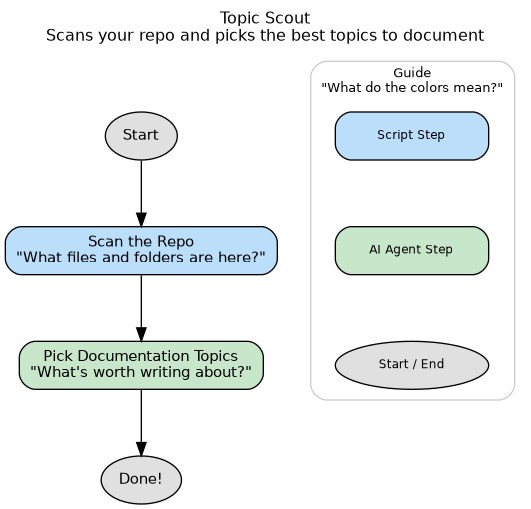
Earlier version of the Graphviz export recipes/dotfiles-prescan.png (bkrabach/amplifier-bundle-dot-docs). Its source is kept beside it as recipes/dotfiles-prescan.dot. The source it was exported from:
```dot
digraph dotfiles_prescan {
    rankdir=TB
    fontname="Helvetica"
    fontsize=12
    label="Topic Scout\nScans your repo and picks the best topics to document"
    labelloc=t
    labeljust=c
    compound=true
    nodesep=0.6
    ranksep=0.7
    bgcolor="white"
    source_hash="c97efe0026d5422b22fd6365b2551c3ae745e240affde15b5ba60096503c9221"

    node [fontname="Helvetica", fontsize=11, style="filled,rounded"]
    edge [fontname="Helvetica", fontsize=9]

    start [label="Start", shape=oval, fillcolor="#e0e0e0"]
    done  [label="Done!", shape=oval, fillcolor="#e0e0e0"]

    step_gather_metadata [label="Scan the Repo\n\"What files and folders are here?\"", shape=box, fillcolor="#bbdefb", style="filled,rounded", tooltip="python3 << 'EOF' import json import os import sys from pathlib import Path from collections import C"]
    step_select_topics [label="Pick Documentation Topics\n\"What's worth writing about?\"", shape=box, fillcolor="#c8e6c9", style="filled,rounded", tooltip="foundation:explorer"]

    start -> step_gather_metadata
    step_gather_metadata -> step_select_topics
    step_select_topics -> done

    subgraph cluster_legend {
        label="Guide\n\"What do the colors mean?\""
        style="filled,rounded"
        fillcolor="white"
        color="#cccccc"
        fontsize=10
        node [shape=box, fontsize=9, width=1.6]
        leg_bash [label="Script Step", shape=box, fillcolor="#bbdefb"]
        leg_agent [label="AI Agent Step", shape=box, fillcolor="#c8e6c9"]
        leg_start [label="Start / End", shape=oval, fillcolor="#e0e0e0"]
        leg_bash -> leg_agent -> leg_start [style=invis]
    }
}
```
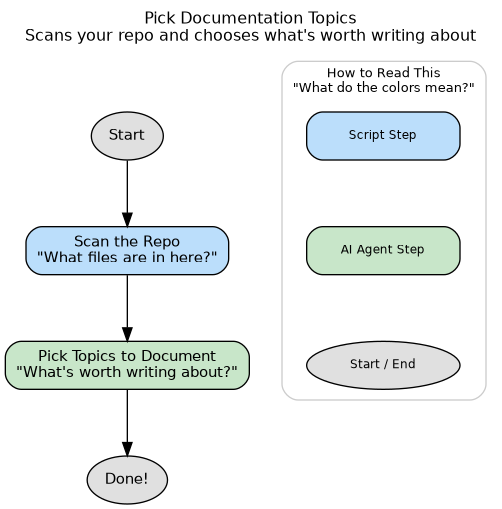
The same diagram one commit later.

Diff of the diagram source:
```diff
@@ -2,7 +2,7 @@
     rankdir=TB
     fontname="Helvetica"
     fontsize=12
-    label="Topic Scout\nScans your repo and picks the best topics to document"
+    label="Pick Documentation Topics\nScans your repo and chooses what's worth writing about"
     labelloc=t
     labeljust=c
     compound=true
@@ -17,15 +17,15 @@
     start [label="Start", shape=oval, fillcolor="#e0e0e0"]
     done  [label="Done!", shape=oval, fillcolor="#e0e0e0"]
 
-    step_gather_metadata [label="Scan the Repo\n\"What files and folders are here?\"", shape=box, fillcolor="#bbdefb", style="filled,rounded", tooltip="python3 << 'EOF' import json import os import sys from pathlib import Path from collections import C"]
-    step_select_topics [label="Pick Documentation Topics\n\"What's worth writing about?\"", shape=box, fillcolor="#c8e6c9", style="filled,rounded", tooltip="foundation:explorer"]
+    step_gather_metadata [label="Scan the Repo\n\"What files are in here?\"", shape=box, fillcolor="#bbdefb", style="filled,rounded", tooltip="python3 << 'EOF' import json import os import sys from pathlib import Path from collections import C"]
+    step_select_topics [label="Pick Topics to Document\n\"What's worth writing about?\"", shape=box, fillcolor="#c8e6c9", style="filled,rounded", tooltip="foundation:explorer"]
 
     start -> step_gather_metadata
     step_gather_metadata -> step_select_topics
     step_select_topics -> done
 
     subgraph cluster_legend {
-        label="Guide\n\"What do the colors mean?\""
+        label="How to Read This\n\"What do the colors mean?\""
         style="filled,rounded"
         fillcolor="white"
         color="#cccccc"
```
